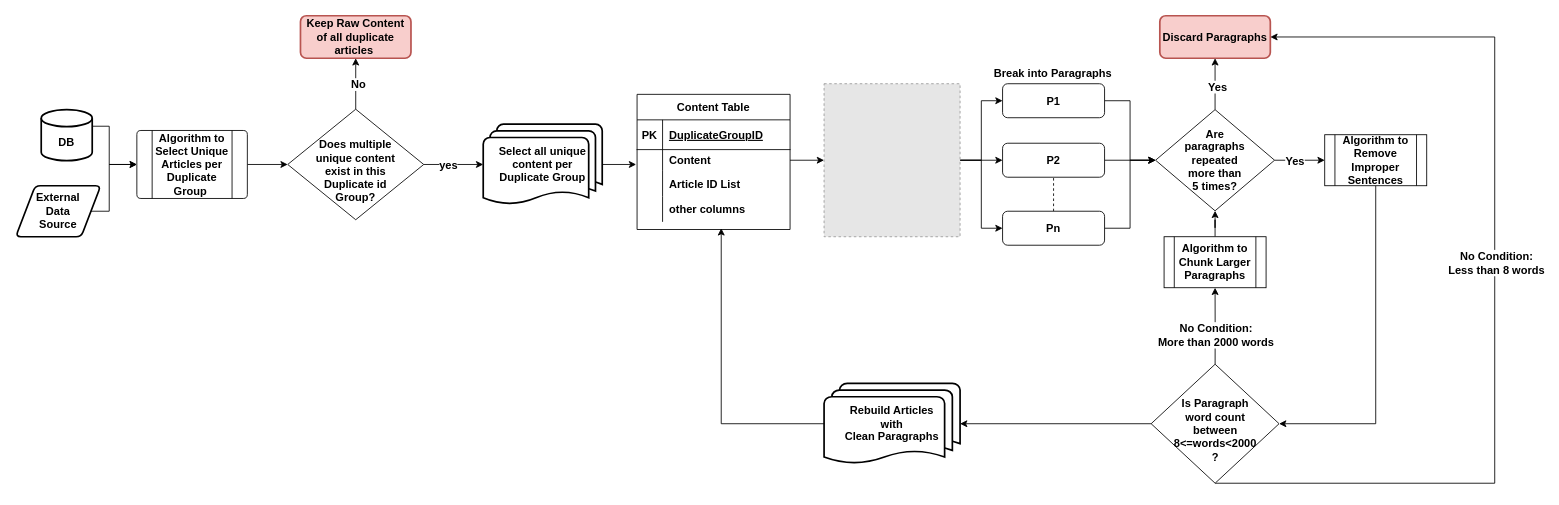
This is Article_Cleaning.drawio from travel-code-sleep/darw_io_diagrams, a draw.io file, before an edit. Source tidied: cells renumbered, new cells numbered last; positions are measured from the earlier drawing's top-left corner, leaving out a move shared by most shapes. Both pictures are drawn from the tidied source at 85%, with x=0, y=0 at pixel (15, 15). Pictures stored in the file or linked from it are replaced by grey dashed boxes.
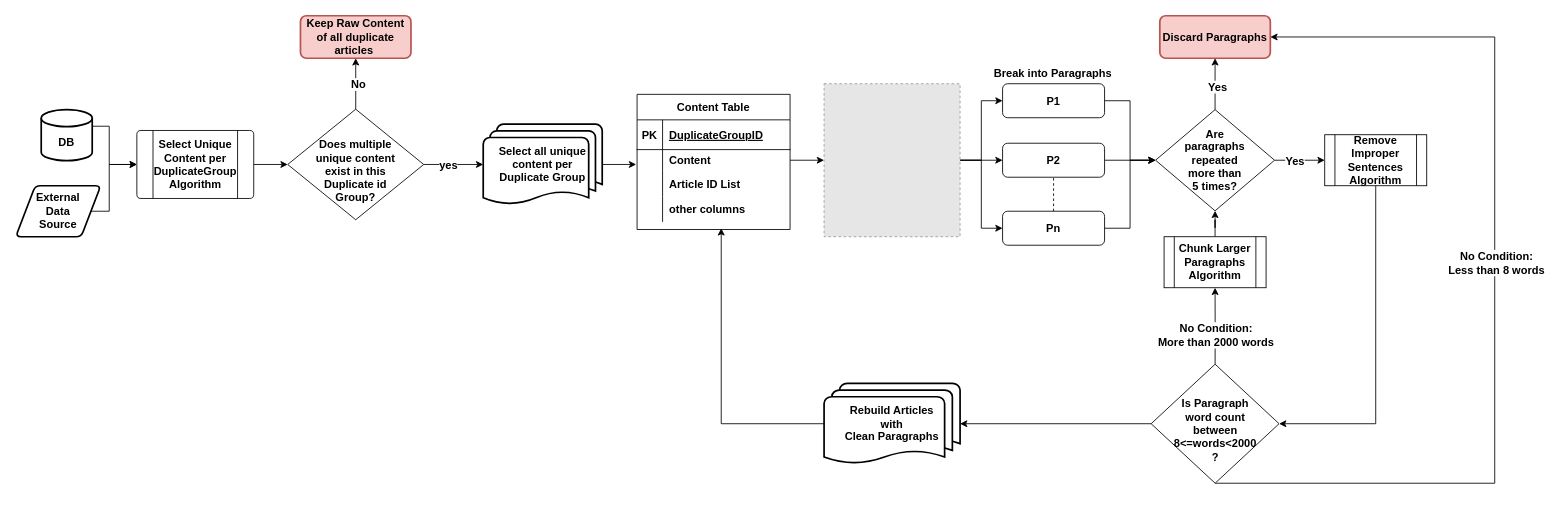
The same diagram, later.

The edit, as a diff of the source:
```diff
@@
     <mxCell id="30" style="verticalLabelPosition=bottom;verticalAlign=top;html=1;shape=process;whiteSpace=wrap;rounded=1;size=0.14;arcSize=6;fontSize=13;fontStyle=1;" parent="1" vertex="1">
-      <mxGeometry x="142.5" y="135" width="130" height="80" as="geometry" />
+      <mxGeometry x="142.5" y="135" width="137.5" height="80" as="geometry" />
     </mxCell>
-    <mxCell id="31" value="Algorithm to Select Unique Articles per Duplicate Group&amp;nbsp;" style="text;html=1;strokeColor=none;fillColor=none;align=center;verticalAlign=middle;whiteSpace=wrap;rounded=0;dashed=1;fontSize=13;fontStyle=1;" parent="1" vertex="1">
-      <mxGeometry x="160" y="140" width="95" height="70" as="geometry" />
+    <mxCell id="31" value="Select Unique Content per DuplicateGroup&lt;br&gt;Algorithm" style="text;html=1;strokeColor=none;fillColor=none;align=center;verticalAlign=middle;whiteSpace=wrap;rounded=0;dashed=1;fontSize=13;fontStyle=1;" parent="1" vertex="1">
+      <mxGeometry x="163.8" y="140" width="95" height="70" as="geometry" />
     </mxCell>
@@
-    <mxCell id="54" value="Algorithm to Chunk Larger Paragraphs" style="shape=process;whiteSpace=wrap;html=1;backgroundOutline=1;fontSize=13;fontStyle=1;" parent="1" vertex="1">
+    <mxCell id="54" value="Chunk Larger&lt;br&gt;Paragraphs&lt;br&gt;Algorithm" style="shape=process;whiteSpace=wrap;html=1;backgroundOutline=1;fontSize=13;fontStyle=1;" parent="1" vertex="1">
       <mxGeometry x="1351" y="260" width="120" height="60" as="geometry" />
     </mxCell>
@@
-    <mxCell id="59" value="Algorithm to Remove Improper Sentences" style="shape=process;whiteSpace=wrap;html=1;backgroundOutline=1;fontSize=13;fontStyle=1;" parent="1" vertex="1">
+    <mxCell id="59" value="Remove Improper Sentences Algorithm" style="shape=process;whiteSpace=wrap;html=1;backgroundOutline=1;fontSize=13;fontStyle=1;" parent="1" vertex="1">
       <mxGeometry x="1540" y="140" width="120" height="60" as="geometry" />
     </mxCell>
```
